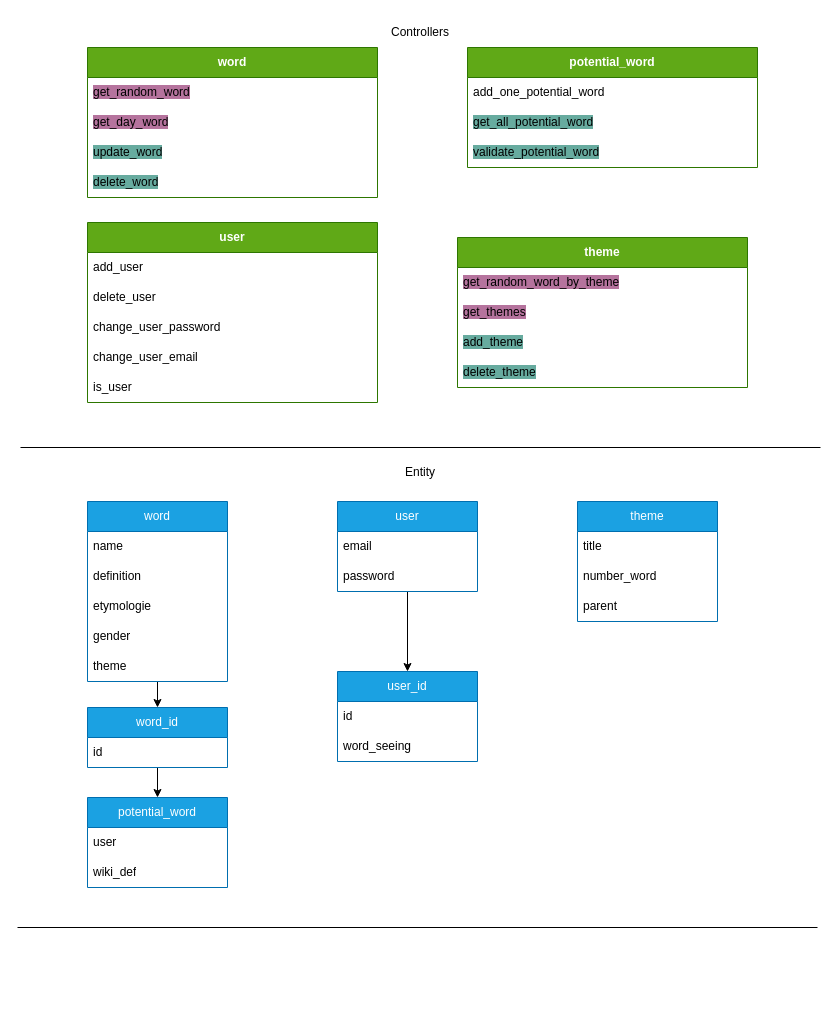
Staneo644/Polymathon_back keeps this draw.io diagram as polymathon.drawio. Above is the earlier version. Source tidied: cells renumbered, new cells numbered last; positions are measured from the earlier drawing's top-left corner, leaving out a move shared by most shapes. Both pictures are drawn from the tidied source at 100%, with x=0, y=0 at pixel (17, 17).
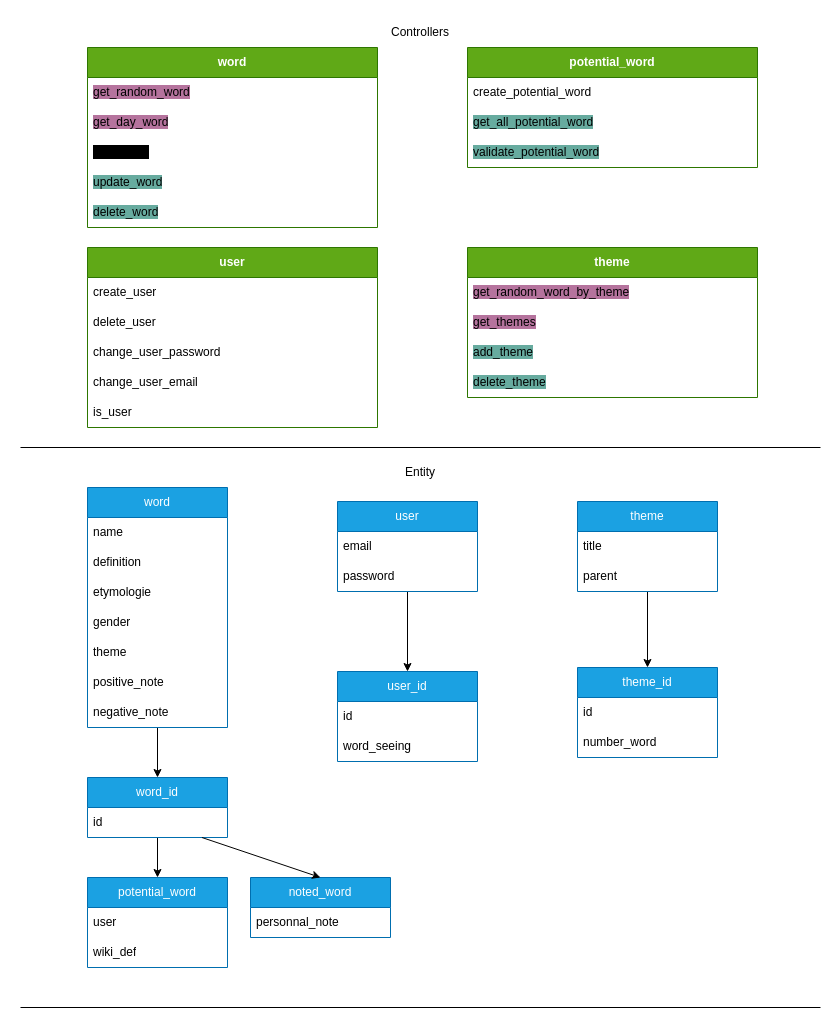
The same page after the edit.

The change refers to these unchanged cells:
```xml
<mxCell id="13" value="&lt;strong&gt;potential_word&lt;/strong&gt;" style="swimlane;fontStyle=0;horizontal=1;startSize=30;whiteSpace=wrap;html=1;fillColor=#60a917;strokeColor=#2D7600;fontColor=#ffffff;" parent="1" vertex="1">
  <mxGeometry x="450" y="30" width="290" height="120" as="geometry" />
</mxCell>
<mxCell id="32" value="id" style="text;strokeColor=none;fillColor=none;align=left;verticalAlign=middle;spacingLeft=4;spacingRight=4;overflow=hidden;points=[[0,0.5],[1,0.5]];portConstraint=eastwest;whiteSpace=wrap;html=1;" parent="31" vertex="1">
  <mxGeometry y="30" width="140" height="30" as="geometry" />
</mxCell>
```

Change to the diagram source:
```diff
@@
     <mxCell id="2" value="&lt;strong&gt;word&lt;/strong&gt;" style="swimlane;fontStyle=0;horizontal=1;startSize=30;whiteSpace=wrap;html=1;fillColor=#60a917;strokeColor=#2D7600;fontColor=#ffffff;" parent="1" vertex="1">
-      <mxGeometry x="70" y="30" width="290" height="150" as="geometry" />
+      <mxGeometry x="70" y="30" width="290" height="180" as="geometry" />
     </mxCell>
@@
+    <mxCell id="50" value="&lt;span style=&quot;background-color: rgb(181, 115, 157);&quot;&gt;get_day_word&lt;/span&gt;" style="text;strokeColor=none;fillColor=none;align=left;verticalAlign=middle;spacingLeft=4;spacingRight=4;overflow=hidden;whiteSpace=wrap;html=1;" parent="2" vertex="1">
+      <mxGeometry y="60" width="290" height="30" as="geometry" />
+    </mxCell>
-    <mxCell id="4" value="&lt;span style=&quot;background-color: rgb(181, 115, 157);&quot;&gt;get_day_word&lt;/span&gt;" style="text;strokeColor=none;fillColor=none;align=left;verticalAlign=middle;spacingLeft=4;spacingRight=4;overflow=hidden;whiteSpace=wrap;html=1;" parent="2" vertex="1">
-      <mxGeometry y="60" width="290" height="30" as="geometry" />
+    <mxCell id="4" value="&lt;span style=&quot;background-color: rgb(0, 0, 0);&quot;&gt;note_word&lt;/span&gt;" style="text;strokeColor=none;fillColor=none;align=left;verticalAlign=middle;spacingLeft=4;spacingRight=4;overflow=hidden;whiteSpace=wrap;html=1;" parent="2" vertex="1">
+      <mxGeometry y="90" width="290" height="30" as="geometry" />
     </mxCell>
     <mxCell id="5" value="&lt;div&gt;&lt;span style=&quot;background-color: rgb(103, 171, 159);&quot;&gt;update_word&lt;/span&gt;&lt;/div&gt;" style="text;strokeColor=none;fillColor=none;align=left;verticalAlign=middle;spacingLeft=4;spacingRight=4;overflow=hidden;whiteSpace=wrap;html=1;" parent="2" vertex="1">
-      <mxGeometry y="90" width="290" height="30" as="geometry" />
+      <mxGeometry y="120" width="290" height="30" as="geometry" />
     </mxCell>
     <mxCell id="6" value="&lt;div&gt;&lt;span style=&quot;background-color: rgb(103, 171, 159);&quot;&gt;delete_word&lt;/span&gt;&lt;/div&gt;" style="text;strokeColor=none;fillColor=none;align=left;verticalAlign=middle;spacingLeft=4;spacingRight=4;overflow=hidden;whiteSpace=wrap;html=1;" parent="2" vertex="1">
-      <mxGeometry y="120" width="290" height="30" as="geometry" />
+      <mxGeometry y="150" width="290" height="30" as="geometry" />
     </mxCell>
     <mxCell id="7" value="&lt;strong&gt;user&lt;/strong&gt;" style="swimlane;fontStyle=0;horizontal=1;startSize=30;whiteSpace=wrap;html=1;fillColor=#60a917;strokeColor=#2D7600;fontColor=#ffffff;" parent="1" vertex="1">
-      <mxGeometry x="70" y="205" width="290" height="180" as="geometry" />
+      <mxGeometry x="70" y="230" width="290" height="180" as="geometry" />
     </mxCell>
-    <mxCell id="8" value="add_user" style="text;strokeColor=none;fillColor=none;align=left;verticalAlign=middle;spacingLeft=4;spacingRight=4;overflow=hidden;whiteSpace=wrap;html=1;" parent="7" vertex="1">
+    <mxCell id="8" value="create_user" style="text;strokeColor=none;fillColor=none;align=left;verticalAlign=middle;spacingLeft=4;spacingRight=4;overflow=hidden;whiteSpace=wrap;html=1;" parent="7" vertex="1">
       <mxGeometry y="30" width="290" height="30" as="geometry" />
     </mxCell>
@@
-    <mxCell id="14" value="add_one_potential_word" style="text;strokeColor=none;fillColor=none;align=left;verticalAlign=middle;spacingLeft=4;spacingRight=4;overflow=hidden;whiteSpace=wrap;html=1;" parent="13" vertex="1">
+    <mxCell id="14" value="create_potential_word" style="text;strokeColor=none;fillColor=none;align=left;verticalAlign=middle;spacingLeft=4;spacingRight=4;overflow=hidden;whiteSpace=wrap;html=1;" parent="13" vertex="1">
       <mxGeometry y="30" width="290" height="30" as="geometry" />
     </mxCell>
@@
     <mxCell id="17" value="&lt;strong&gt;theme&lt;/strong&gt;" style="swimlane;fontStyle=0;horizontal=1;startSize=30;whiteSpace=wrap;html=1;fillColor=#60a917;strokeColor=#2D7600;fontColor=#ffffff;" parent="1" vertex="1">
-      <mxGeometry x="440" y="220" width="290" height="150" as="geometry" />
+      <mxGeometry x="450" y="230" width="290" height="150" as="geometry" />
     </mxCell>
@@
     <mxCell id="24" value="word" style="swimlane;fontStyle=0;horizontal=1;startSize=30;whiteSpace=wrap;html=1;fillColor=#1ba1e2;fontColor=#ffffff;strokeColor=#006EAF;" parent="1" vertex="1">
-      <mxGeometry x="70" y="484" width="140" height="180" as="geometry" />
+      <mxGeometry x="70" y="470" width="140" height="240" as="geometry" />
     </mxCell>
@@
+    <mxCell id="51" value="theme" style="text;strokeColor=none;fillColor=none;align=left;verticalAlign=middle;spacingLeft=4;spacingRight=4;overflow=hidden;whiteSpace=wrap;html=1;" parent="24" vertex="1">
+      <mxGeometry y="150" width="140" height="30" as="geometry" />
+    </mxCell>
+    <mxCell id="52" value="positive_note" style="text;strokeColor=none;fillColor=none;align=left;verticalAlign=middle;spacingLeft=4;spacingRight=4;overflow=hidden;whiteSpace=wrap;html=1;" parent="24" vertex="1">
+      <mxGeometry y="180" width="140" height="30" as="geometry" />
+    </mxCell>
-    <mxCell id="29" value="theme" style="text;strokeColor=none;fillColor=none;align=left;verticalAlign=middle;spacingLeft=4;spacingRight=4;overflow=hidden;whiteSpace=wrap;html=1;" parent="24" vertex="1">
-      <mxGeometry y="150" width="140" height="30" as="geometry" />
+    <mxCell id="29" value="negative_note" style="text;strokeColor=none;fillColor=none;align=left;verticalAlign=middle;spacingLeft=4;spacingRight=4;overflow=hidden;whiteSpace=wrap;html=1;" parent="24" vertex="1">
+      <mxGeometry y="210" width="140" height="30" as="geometry" />
     </mxCell>
@@
     <mxCell id="31" value="word_id" style="swimlane;fontStyle=0;horizontal=1;startSize=30;whiteSpace=wrap;html=1;fillColor=#1ba1e2;fontColor=#ffffff;strokeColor=#006EAF;" parent="1" vertex="1">
-      <mxGeometry x="70" y="690" width="140" height="60" as="geometry" />
+      <mxGeometry x="70" y="760" width="140" height="60" as="geometry" />
     </mxCell>
@@
     <mxCell id="33" value="potential_word" style="swimlane;fontStyle=0;horizontal=1;startSize=30;whiteSpace=wrap;html=1;fillColor=#1ba1e2;fontColor=#ffffff;strokeColor=#006EAF;" parent="1" vertex="1">
-      <mxGeometry x="70" y="780" width="140" height="90" as="geometry" />
+      <mxGeometry x="70" y="860" width="140" height="90" as="geometry" />
     </mxCell>
@@
+    <mxCell id="53" style="edgeStyle=none;html=1;entryX=0.5;entryY=0;entryDx=0;entryDy=0;" parent="1" edge="1" source="43" target="57">
+      <mxGeometry relative="1" as="geometry" />
+    </mxCell>
     <mxCell id="43" value="theme" style="swimlane;fontStyle=0;horizontal=1;startSize=30;whiteSpace=wrap;html=1;fillColor=#1ba1e2;fontColor=#ffffff;strokeColor=#006EAF;" parent="1" vertex="1">
-      <mxGeometry x="560" y="484" width="140" height="120" as="geometry" />
+      <mxGeometry x="560" y="484" width="140" height="90" as="geometry" />
     </mxCell>
@@
-    <mxCell id="45" value="number_word" style="text;strokeColor=none;fillColor=none;align=left;verticalAlign=middle;spacingLeft=4;spacingRight=4;overflow=hidden;whiteSpace=wrap;html=1;" parent="43" vertex="1">
-      <mxGeometry y="60" width="140" height="30" as="geometry" />
-    </mxCell>
     <mxCell id="46" value="parent" style="text;strokeColor=none;fillColor=none;align=left;verticalAlign=middle;spacingLeft=4;spacingRight=4;overflow=hidden;whiteSpace=wrap;html=1;" parent="43" vertex="1">
-      <mxGeometry y="90" width="140" height="30" as="geometry" />
+      <mxGeometry y="60" width="140" height="30" as="geometry" />
     </mxCell>
     <mxCell id="47" style="endArrow=none;html=1;" parent="1" edge="1">
       <mxGeometry relative="1" as="geometry">
-        <mxPoint y="910" as="sourcePoint" />
-        <mxPoint x="800" y="910" as="targetPoint" />
+        <mxPoint x="3" y="990" as="sourcePoint" />
+        <mxPoint x="803" y="990" as="targetPoint" />
       </mxGeometry>
     </mxCell>
@@
+    <mxCell id="54" value="noted_word" style="swimlane;fontStyle=0;horizontal=1;startSize=30;whiteSpace=wrap;html=1;fillColor=#1ba1e2;fontColor=#ffffff;strokeColor=#006EAF;" parent="1" vertex="1">
+      <mxGeometry x="233" y="860" width="140" height="60" as="geometry" />
+    </mxCell>
+    <mxCell id="55" value="personnal_note" style="text;strokeColor=none;fillColor=none;align=left;verticalAlign=middle;spacingLeft=4;spacingRight=4;overflow=hidden;whiteSpace=wrap;html=1;" parent="54" vertex="1">
+      <mxGeometry y="30" width="140" height="30" as="geometry" />
+    </mxCell>
+    <mxCell id="56" style="edgeStyle=none;html=1;entryX=0.5;entryY=0;entryDx=0;entryDy=0;" parent="1" edge="1" source="32" target="54">
+      <mxGeometry relative="1" as="geometry" />
+    </mxCell>
+    <mxCell id="57" value="theme_id" style="swimlane;fontStyle=0;horizontal=1;startSize=30;whiteSpace=wrap;html=1;fillColor=#1ba1e2;fontColor=#ffffff;strokeColor=#006EAF;" parent="1" vertex="1">
+      <mxGeometry x="560" y="650" width="140" height="90" as="geometry" />
+    </mxCell>
+    <mxCell id="58" value="id" style="text;strokeColor=none;fillColor=none;align=left;verticalAlign=middle;spacingLeft=4;spacingRight=4;overflow=hidden;whiteSpace=wrap;html=1;" parent="57" vertex="1">
+      <mxGeometry y="30" width="140" height="30" as="geometry" />
+    </mxCell>
+    <mxCell id="45" value="number_word" style="text;strokeColor=none;fillColor=none;align=left;verticalAlign=middle;spacingLeft=4;spacingRight=4;overflow=hidden;whiteSpace=wrap;html=1;" parent="57" vertex="1">
+      <mxGeometry y="60" width="140" height="30" as="geometry" />
+    </mxCell>
```
